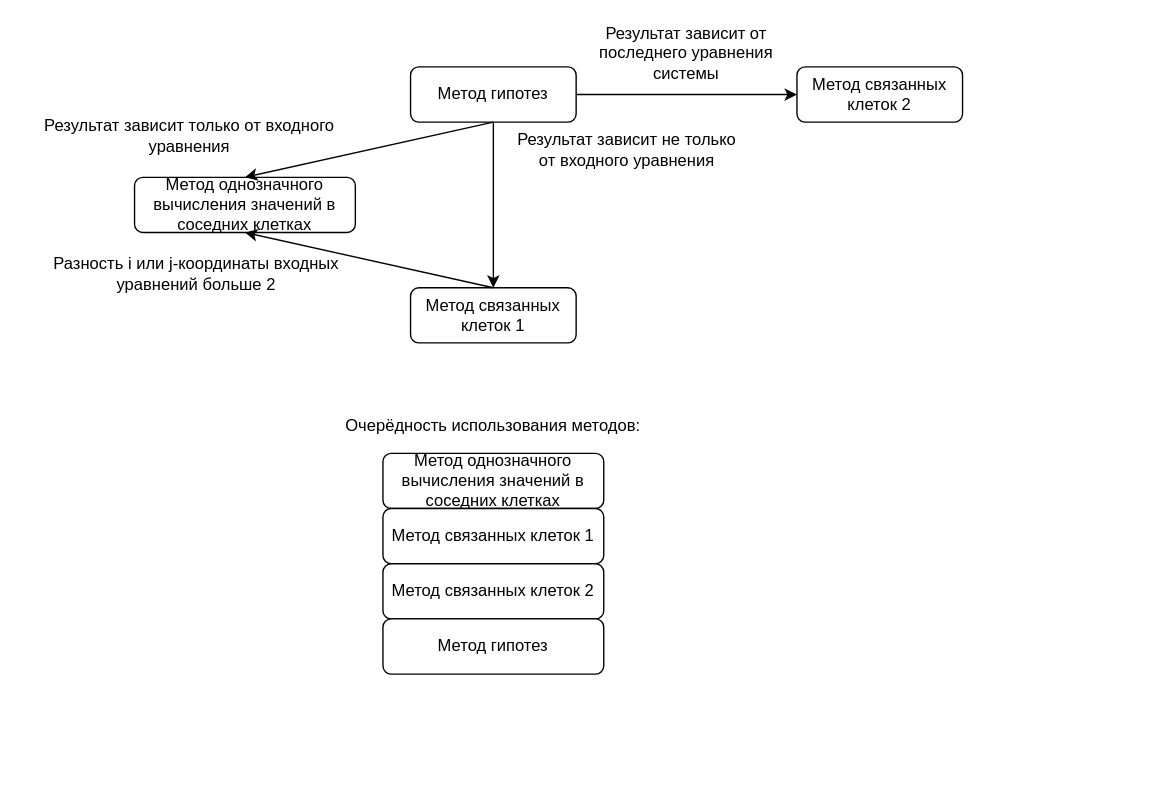
Above: page "Страница 22" (21 of 26) of docs/Черновик.drawio in xex238/Diploma_2022 (draw.io), before the change. Source tidied: cells renumbered, new cells numbered last; positions are measured from the earlier drawing's top-left corner, leaving out a move shared by most shapes. Both pictures are drawn from the tidied source at 138%, with x=0, y=0 at pixel (23, 25).
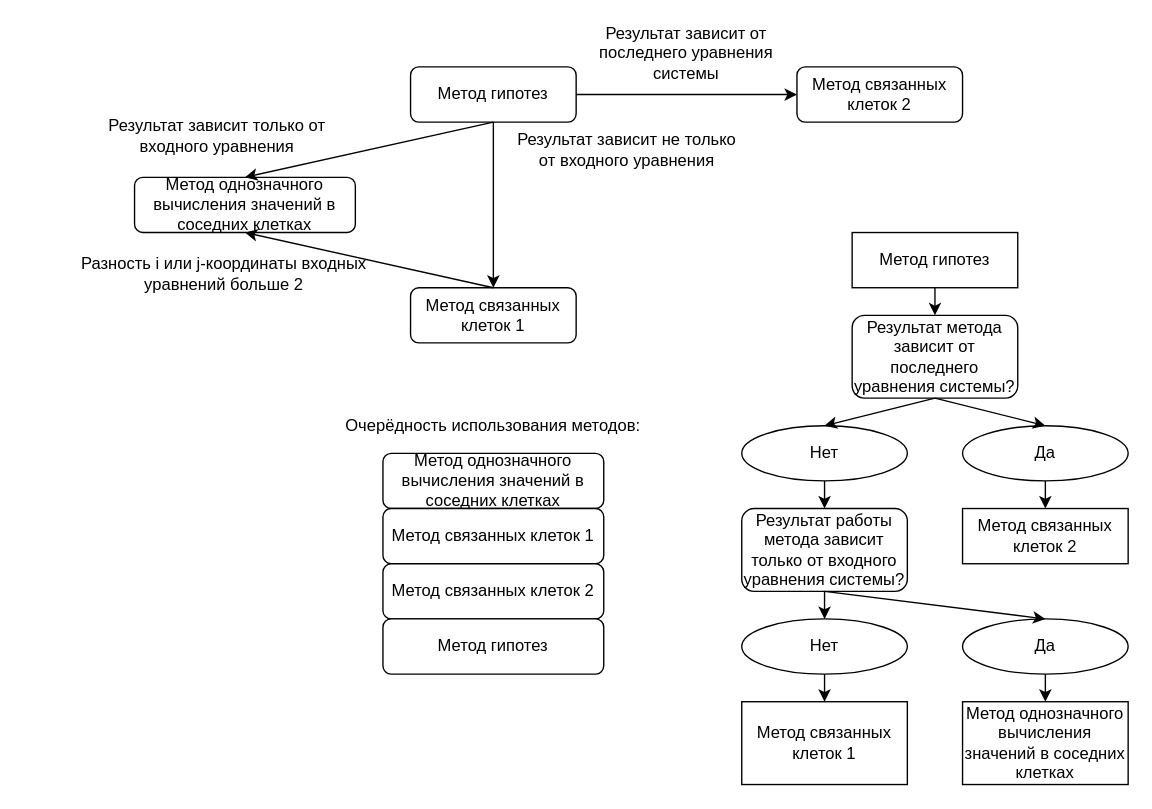
After the change.

Change to the diagram source:
```diff
@@
     <mxCell id="5" value="Результат зависит только от входного уравнения" style="text;html=1;strokeColor=none;fillColor=none;align=center;verticalAlign=middle;whiteSpace=wrap;rounded=0;" parent="1" vertex="1">
-      <mxGeometry y="70" width="240" height="20" as="geometry" />
+      <mxGeometry x="40" y="70" width="200" height="20" as="geometry" />
     </mxCell>
@@
     <mxCell id="8" value="Разность i или j-координаты входных уравнений больше 2" style="text;html=1;strokeColor=none;fillColor=none;align=center;verticalAlign=middle;whiteSpace=wrap;rounded=0;" parent="1" vertex="1">
-      <mxGeometry y="170" width="250" height="20" as="geometry" />
+      <mxGeometry x="40" y="170" width="210" height="20" as="geometry" />
     </mxCell>
@@
+    <mxCell id="19" style="edgeStyle=orthogonalEdgeStyle;rounded=0;jettySize=auto;html=1;exitX=0.5;exitY=1;exitDx=0;exitDy=0;entryX=0.5;entryY=0;entryDx=0;entryDy=0;" parent="1" edge="1" source="20" target="21">
+      <mxGeometry relative="1" as="geometry" />
+    </mxCell>
+    <mxCell id="20" value="&lt;span&gt;Метод гипотез&lt;/span&gt;" style="rounded=0;whiteSpace=wrap;html=1;" parent="1" vertex="1">
+      <mxGeometry x="600" y="150" width="120" height="40" as="geometry" />
+    </mxCell>
+    <mxCell id="21" value="Результат метода зависит от последнего уравнения системы?" style="rounded=1;whiteSpace=wrap;html=1;" parent="1" vertex="1">
+      <mxGeometry x="600" y="210" width="120" height="60" as="geometry" />
+    </mxCell>
+    <mxCell id="22" value="Нет" style="ellipse;whiteSpace=wrap;html=1;" parent="1" vertex="1">
+      <mxGeometry x="520" y="290" width="120" height="40" as="geometry" />
+    </mxCell>
+    <mxCell id="23" value="Да" style="ellipse;whiteSpace=wrap;html=1;" parent="1" vertex="1">
+      <mxGeometry x="680" y="290" width="120" height="40" as="geometry" />
+    </mxCell>
+    <mxCell id="24" value="Метод связанных клеток 2" style="rounded=0;whiteSpace=wrap;html=1;" parent="1" vertex="1">
+      <mxGeometry x="680" y="350" width="120" height="40" as="geometry" />
+    </mxCell>
+    <mxCell id="25" style="endArrow=classic;html=1;entryX=0.5;entryY=0;entryDx=0;entryDy=0;exitX=0.5;exitY=1;exitDx=0;exitDy=0;" parent="1" edge="1" source="21" target="23">
+      <mxGeometry relative="1" as="geometry" />
+    </mxCell>
+    <mxCell id="26" style="endArrow=classic;html=1;entryX=0.5;entryY=0;entryDx=0;entryDy=0;exitX=0.5;exitY=1;exitDx=0;exitDy=0;" parent="1" edge="1" source="21" target="22">
+      <mxGeometry relative="1" as="geometry" />
+    </mxCell>
+    <mxCell id="27" style="endArrow=classic;html=1;entryX=0.5;entryY=0;entryDx=0;entryDy=0;exitX=0.5;exitY=1;exitDx=0;exitDy=0;" parent="1" edge="1" source="23" target="24">
+      <mxGeometry relative="1" as="geometry" />
+    </mxCell>
+    <mxCell id="28" value="Результат работы метода зависит только от входного уравнения системы?" style="rounded=1;whiteSpace=wrap;html=1;" parent="1" vertex="1">
+      <mxGeometry x="520" y="350" width="120" height="60" as="geometry" />
+    </mxCell>
+    <mxCell id="29" style="endArrow=classic;html=1;entryX=0.5;entryY=0;entryDx=0;entryDy=0;exitX=0.5;exitY=1;exitDx=0;exitDy=0;" parent="1" edge="1" source="22" target="28">
+      <mxGeometry relative="1" as="geometry" />
+    </mxCell>
+    <mxCell id="30" value="Нет" style="ellipse;whiteSpace=wrap;html=1;" parent="1" vertex="1">
+      <mxGeometry x="520" y="430" width="120" height="40" as="geometry" />
+    </mxCell>
+    <mxCell id="31" value="Да" style="ellipse;whiteSpace=wrap;html=1;" parent="1" vertex="1">
+      <mxGeometry x="680" y="430" width="120" height="40" as="geometry" />
+    </mxCell>
+    <mxCell id="32" style="endArrow=classic;html=1;entryX=0.5;entryY=0;entryDx=0;entryDy=0;exitX=0.5;exitY=1;exitDx=0;exitDy=0;" parent="1" edge="1" source="28" target="31">
+      <mxGeometry relative="1" as="geometry" />
+    </mxCell>
+    <mxCell id="33" style="endArrow=classic;html=1;entryX=0.5;entryY=0;entryDx=0;entryDy=0;exitX=0.5;exitY=1;exitDx=0;exitDy=0;" parent="1" edge="1" source="28" target="30">
+      <mxGeometry relative="1" as="geometry" />
+    </mxCell>
+    <mxCell id="34" value="Метод связанных клеток 1" style="rounded=0;whiteSpace=wrap;html=1;" parent="1" vertex="1">
+      <mxGeometry x="520" y="490" width="120" height="60" as="geometry" />
+    </mxCell>
+    <mxCell id="35" value="Метод однозначного вычисления значений в соседних клетках" style="rounded=0;whiteSpace=wrap;html=1;" parent="1" vertex="1">
+      <mxGeometry x="680" y="490" width="120" height="60" as="geometry" />
+    </mxCell>
+    <mxCell id="36" style="endArrow=classic;html=1;entryX=0.5;entryY=0;entryDx=0;entryDy=0;exitX=0.5;exitY=1;exitDx=0;exitDy=0;" parent="1" edge="1" source="30" target="34">
+      <mxGeometry relative="1" as="geometry" />
+    </mxCell>
+    <mxCell id="37" style="endArrow=classic;html=1;entryX=0.5;entryY=0;entryDx=0;entryDy=0;exitX=0.5;exitY=1;exitDx=0;exitDy=0;" parent="1" edge="1" source="31" target="35">
+      <mxGeometry relative="1" as="geometry" />
+    </mxCell>
```
